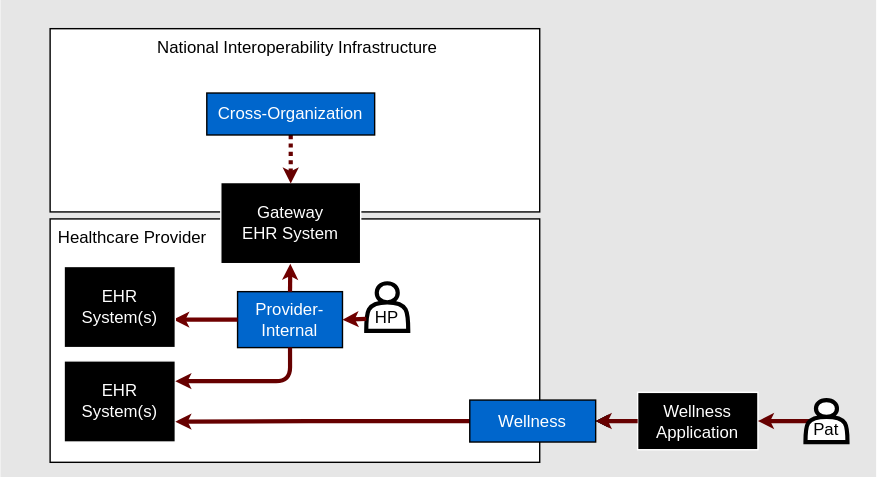
Above: input/images/usecase-provider-internal-exchange.drawio.svg in euridice-org/eu-health-data-api (draw.io), before the change. Source tidied: cells renumbered, new cells last; positions are measured from the earlier drawing's top-left corner, leaving out a move shared by most shapes.
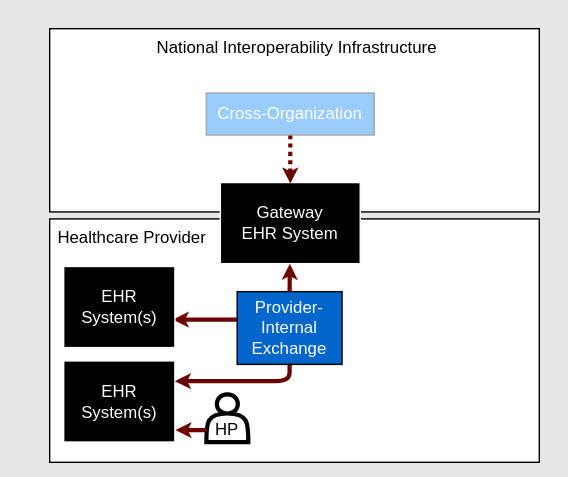
Above is the later version.

What changed in the source:
```diff
@@ -3,7 +3,7 @@
     <mxCell id="0" />
     <mxCell id="1" parent="0" />
     <mxCell id="2" style="whiteSpace=wrap;html=1;fillColor=#E6E6E6;strokeColor=#E6E6E6;verticalAlign=top;" parent="1" vertex="1">
-      <mxGeometry width="625" height="340" as="geometry" />
+      <mxGeometry width="405" height="340" as="geometry" />
     </mxCell>
     <mxCell id="3" value="&lt;span style=&quot;color: rgb(0, 0, 0);&quot;&gt;National Interoperability Infrastructure&lt;/span&gt;" style="whiteSpace=wrap;html=1;verticalAlign=top;align=center;spacingLeft=4;" parent="1" vertex="1">
       <mxGeometry x="35" y="20" width="350" height="131" as="geometry" />
@@ -11,28 +11,19 @@
     <mxCell id="4" value="Healthcare Provider" style="whiteSpace=wrap;html=1;verticalAlign=top;align=left;spacingLeft=4;" parent="1" vertex="1">
       <mxGeometry x="35" y="156" width="350" height="174" as="geometry" />
     </mxCell>
-    <mxCell id="5" value="&lt;font color=&quot;#ffffff&quot;&gt;Provider-Internal&lt;/font&gt;" style="whiteSpace=wrap;html=1;fillColor=#0066CC;fontColor=light-dark(#fafafa, #ededed);" parent="1" vertex="1">
-      <mxGeometry x="169" y="208" width="75" height="40" as="geometry" />
+    <mxCell id="5" value="&lt;font color=&quot;#ffffff&quot;&gt;Provider-Internal Exchange&lt;/font&gt;" style="whiteSpace=wrap;html=1;fillColor=#0066CC;fontColor=light-dark(#fafafa, #ededed);" parent="1" vertex="1">
+      <mxGeometry x="169" y="208" width="75" height="52" as="geometry" />
     </mxCell>
     <mxCell id="6" value="&lt;font color=&quot;#ffffff&quot;&gt;Gateway&lt;/font&gt;&lt;div&gt;&lt;font color=&quot;#ffffff&quot;&gt;EHR System&lt;/font&gt;&lt;/div&gt;" style="whiteSpace=wrap;html=1;strokeColor=#FFFFFF;fillColor=#000000;verticalAlign=middle;" parent="1" vertex="1">
       <mxGeometry x="157" y="130" width="100" height="58" as="geometry" />
     </mxCell>
-    <mxCell id="7" style="endArrow=classic;startArrow=none;html=1;fillColor=#a20025;strokeColor=#6F0000;strokeWidth=3;endSize=2;startSize=2;startFill=0;exitX=0;exitY=0.5;exitDx=0;exitDy=0;entryX=0.981;entryY=0.655;entryDx=0;entryDy=0;entryPerimeter=0;" parent="1" edge="1" source="5" target="14">
+    <mxCell id="7" style="endArrow=classic;startArrow=none;html=1;fillColor=#a20025;strokeColor=#6F0000;strokeWidth=3;endSize=2;startSize=2;startFill=0;exitX=0;exitY=0.384;exitDx=0;exitDy=0;entryX=0.981;entryY=0.655;entryDx=0;entryDy=0;entryPerimeter=0;exitPerimeter=0;" parent="1" edge="1" source="5" target="14">
       <mxGeometry relative="1" as="geometry" />
     </mxCell>
-    <mxCell id="8" style="edgeStyle=none;html=1;" parent="1" edge="1" source="10" target="22">
-      <mxGeometry relative="1" as="geometry" />
-    </mxCell>
-    <mxCell id="9" style="edgeStyle=none;html=1;" parent="1" edge="1" source="10" target="22">
-      <mxGeometry relative="1" as="geometry" />
-    </mxCell>
-    <mxCell id="10" value="&lt;font color=&quot;#ffffff&quot;&gt;Wellness&lt;/font&gt;&lt;div&gt;&lt;font color=&quot;#ffffff&quot;&gt;Application&lt;/font&gt;&lt;/div&gt;" style="whiteSpace=wrap;html=1;strokeColor=#FFFFFF;fillColor=#000000;verticalAlign=middle;" parent="1" vertex="1">
-      <mxGeometry x="455" y="280" width="86" height="41" as="geometry" />
-    </mxCell>
     <mxCell id="11" style="edgeStyle=orthogonalEdgeStyle;html=1;exitX=0.5;exitY=1;exitDx=0;exitDy=0;strokeColor=#660000;strokeWidth=3;endSize=2;startSize=2;dashed=1;dashPattern=1 1;entryX=0.5;entryY=0.013;entryDx=0;entryDy=0;entryPerimeter=0;" parent="1" edge="1" source="12" target="6">
       <mxGeometry relative="1" as="geometry" />
     </mxCell>
-    <mxCell id="12" value="&lt;font style=&quot;color: rgb(255, 255, 255);&quot;&gt;Cross-Organization&lt;br&gt;&lt;/font&gt;" style="whiteSpace=wrap;html=1;fillColor=#0066CC;fontColor=light-dark(#fafafa, #ededed);" parent="1" vertex="1">
+    <mxCell id="12" value="&lt;font style=&quot;color: rgb(255, 255, 255);&quot;&gt;Cross-Organization&lt;br&gt;&lt;/font&gt;" style="whiteSpace=wrap;html=1;fillColor=light-dark(#99CCFF,#56AEFF);fontColor=light-dark(#fafafa, #ededed);strokeColor=light-dark(#a3a3a3, #ededed);" parent="1" vertex="1">
       <mxGeometry x="147" y="66" width="120" height="30" as="geometry" />
     </mxCell>
     <mxCell id="13" style="endArrow=classic;startArrow=none;html=1;fillColor=#a20025;strokeColor=#6F0000;strokeWidth=3;endSize=2;startSize=2;startFill=0;exitX=0.5;exitY=0;exitDx=0;exitDy=0;" parent="1" edge="1" source="5" target="6">
@@ -48,25 +39,10 @@
       <mxGeometry relative="1" as="geometry" />
     </mxCell>
     <mxCell id="17" value="HP" style="shape=actor;whiteSpace=wrap;html=1;verticalAlign=bottom;strokeWidth=3;labelPosition=center;verticalLabelPosition=middle;align=center;" parent="1" vertex="1">
-      <mxGeometry x="261" y="202" width="30" height="34" as="geometry" />
+      <mxGeometry x="147" y="281.5" width="30" height="34" as="geometry" />
     </mxCell>
-    <mxCell id="18" style="endArrow=classic;html=1;entryX=1;entryY=0.5;entryDx=0;entryDy=0;fillColor=#a20025;strokeColor=#6F0000;strokeWidth=3;endSize=2;startSize=2;exitX=0;exitY=0.75;exitDx=0;exitDy=0;" parent="1" edge="1" source="17" target="5">
+    <mxCell id="18" style="endArrow=classic;html=1;entryX=1.005;entryY=0.853;entryDx=0;entryDy=0;fillColor=#a20025;strokeColor=#6F0000;strokeWidth=3;endSize=2;startSize=2;exitX=0;exitY=0.75;exitDx=0;exitDy=0;entryPerimeter=0;" parent="1" edge="1" source="17" target="15">
       <mxGeometry relative="1" as="geometry" />
     </mxCell>
-    <mxCell id="19" style="edgeStyle=orthogonalEdgeStyle;html=1;exitX=0.1;exitY=0.5;exitDx=0;exitDy=0;entryX=1;entryY=0.5;entryDx=0;entryDy=0;strokeColor=#660000;strokeWidth=3;endSize=2;startSize=2;exitPerimeter=0;" parent="1" edge="1" source="23" target="10">
-      <mxGeometry relative="1" as="geometry" />
-    </mxCell>
-    <mxCell id="20" style="edgeStyle=orthogonalEdgeStyle;html=1;exitX=0;exitY=0.5;exitDx=0;exitDy=0;entryX=1;entryY=0.75;entryDx=0;entryDy=0;strokeColor=#660000;strokeWidth=3;endSize=2;startSize=2;" parent="1" edge="1" source="22" target="15">
-      <mxGeometry relative="1" as="geometry" />
-    </mxCell>
-    <mxCell id="21" style="edgeStyle=orthogonalEdgeStyle;html=1;exitX=0;exitY=0.5;exitDx=0;exitDy=0;entryX=1;entryY=0.5;entryDx=0;entryDy=0;strokeColor=#660000;strokeWidth=3;endSize=2;startSize=2;" parent="1" edge="1" source="10" target="22">
-      <mxGeometry relative="1" as="geometry" />
-    </mxCell>
-    <mxCell id="22" value="&lt;font style=&quot;color: rgb(255, 255, 255);&quot;&gt;Wellness&lt;br&gt;&lt;/font&gt;" style="whiteSpace=wrap;html=1;fillColor=#0066CC;fontColor=light-dark(#fafafa, #ededed);" parent="1" vertex="1">
-      <mxGeometry x="335" y="285.5" width="90" height="30" as="geometry" />
-    </mxCell>
-    <mxCell id="23" value="Pat" style="shape=actor;whiteSpace=wrap;html=1;verticalAlign=bottom;strokeWidth=3;labelPosition=center;verticalLabelPosition=middle;align=center;" parent="1" vertex="1">
-      <mxGeometry x="575" y="285.5" width="30" height="30" as="geometry" />
-    </mxCell>
   </root>
 </mxGraphModel>
```
